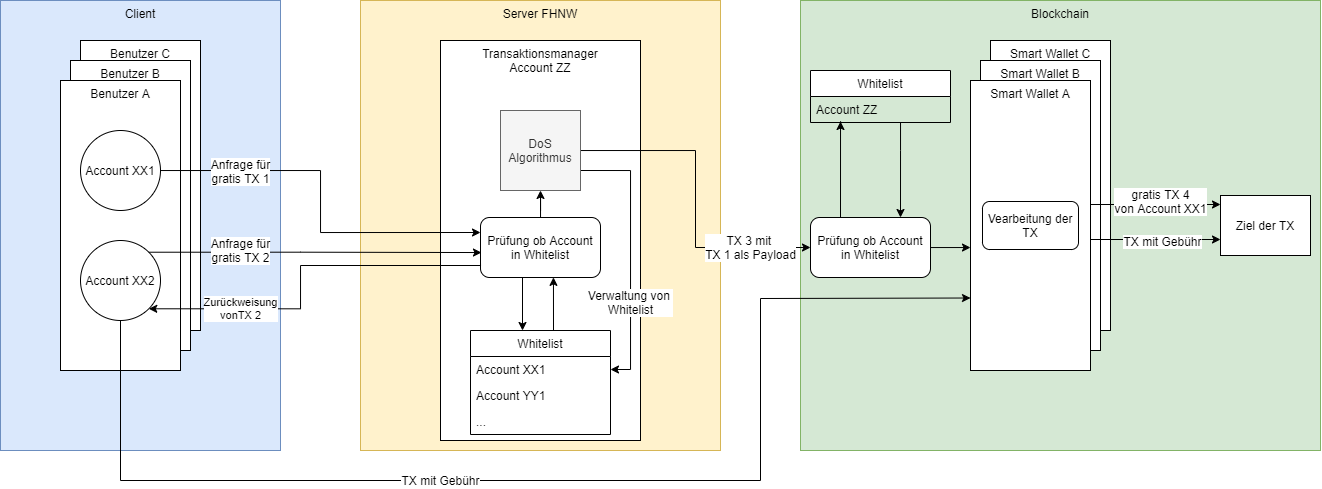
Above: Report/images/solution3_v2.png in Geryones/BlockChain_TransactionManager (draw.io), before the change. Source tidied: cells renumbered, new cells last; positions are measured from the earlier drawing's top-left corner, leaving out a move shared by most shapes. Source of this version:
```xml
<mxGraphModel>
  <root>
    <mxCell id="0" />
    <mxCell id="1" parent="0" />
    <mxCell id="2" value="Server FHNW" style="rounded=0;whiteSpace=wrap;html=1;fillColor=#fff2cc;strokeColor=#d6b656;verticalAlign=top;align=center;" parent="1" vertex="1">
      <mxGeometry x="360" width="360" height="450" as="geometry" />
    </mxCell>
    <mxCell id="3" value="Client" style="rounded=0;whiteSpace=wrap;html=1;verticalAlign=top;fillColor=#dae8fc;strokeColor=#6c8ebf;" parent="1" vertex="1">
      <mxGeometry width="280" height="450" as="geometry" />
    </mxCell>
    <mxCell id="4" value="Benutzer C" style="rounded=0;whiteSpace=wrap;html=1;verticalAlign=top;" parent="1" vertex="1">
      <mxGeometry x="80" y="40" width="120" height="290" as="geometry" />
    </mxCell>
    <mxCell id="5" value="Blockchain" style="rounded=0;whiteSpace=wrap;html=1;fillColor=#d5e8d4;strokeColor=#82b366;verticalAlign=top;" parent="1" vertex="1">
      <mxGeometry x="800" width="520" height="450" as="geometry" />
    </mxCell>
    <mxCell id="6" value="Benutzer B" style="rounded=0;whiteSpace=wrap;html=1;verticalAlign=top;" parent="1" vertex="1">
      <mxGeometry x="70" y="60" width="120" height="290" as="geometry" />
    </mxCell>
    <mxCell id="7" value="Benutzer A" style="rounded=0;whiteSpace=wrap;html=1;verticalAlign=top;" parent="1" vertex="1">
      <mxGeometry x="60" y="80" width="120" height="290" as="geometry" />
    </mxCell>
    <mxCell id="8" value="Account XX1" style="ellipse;whiteSpace=wrap;html=1;" parent="1" vertex="1">
      <mxGeometry x="80" y="130" width="80" height="80" as="geometry" />
    </mxCell>
    <mxCell id="9" value="Account XX2" style="ellipse;whiteSpace=wrap;html=1;" parent="1" vertex="1">
      <mxGeometry x="80" y="240" width="80" height="80" as="geometry" />
    </mxCell>
    <mxCell id="10" value="Ziel der TX" style="rounded=0;whiteSpace=wrap;html=1;" parent="1" vertex="1">
      <mxGeometry x="1220" y="195" width="90" height="60" as="geometry" />
    </mxCell>
    <mxCell id="11" value="Transaktionsmanager&lt;br&gt;Account ZZ" style="rounded=0;whiteSpace=wrap;html=1;align=center;verticalAlign=top;labelPosition=center;verticalLabelPosition=middle;" parent="1" vertex="1">
      <mxGeometry x="440" y="40" width="200" height="400" as="geometry" />
    </mxCell>
    <mxCell id="12" style="edgeStyle=orthogonalEdgeStyle;rounded=0;jettySize=auto;html=1;entryX=1;entryY=0.5;entryDx=0;entryDy=0;exitX=1;exitY=0.75;exitDx=0;exitDy=0;" parent="1" edge="1" source="16" target="27">
      <mxGeometry relative="1" as="geometry" />
    </mxCell>
    <mxCell id="13" value="Verwaltung von&amp;nbsp;&lt;br&gt;Whitelist" style="text;html=1;align=center;verticalAlign=middle;labelBackgroundColor=#ffffff;" parent="12" vertex="1">
      <mxGeometry x="0.35" relative="1" as="geometry" />
    </mxCell>
    <mxCell id="14" style="edgeStyle=orthogonalEdgeStyle;rounded=0;jettySize=auto;html=1;entryX=0;entryY=0.5;entryDx=0;entryDy=0;" parent="1" edge="1" source="16" target="42">
      <mxGeometry relative="1" as="geometry" />
    </mxCell>
    <mxCell id="15" value="TX 3 mit&amp;nbsp;&lt;br&gt;TX 1 als Payload" style="text;html=1;align=center;verticalAlign=middle;labelBackgroundColor=#ffffff;" parent="14" vertex="1">
      <mxGeometry x="-0.48" relative="1" as="geometry">
        <mxPoint x="85.2" y="97" as="offset" />
      </mxGeometry>
    </mxCell>
    <mxCell id="16" value="DoS&lt;br&gt;Algorithmus" style="whiteSpace=wrap;html=1;fillColor=#f5f5f5;strokeColor=#666666;fontColor=#333333;" parent="1" vertex="1">
      <mxGeometry x="500" y="110" width="80" height="80" as="geometry" />
    </mxCell>
    <mxCell id="17" style="edgeStyle=orthogonalEdgeStyle;rounded=0;jettySize=auto;html=1;entryX=0.75;entryY=0;entryDx=0;entryDy=0;" parent="1" edge="1" source="18" target="42">
      <mxGeometry relative="1" as="geometry">
        <Array as="points">
          <mxPoint x="900" y="150" />
          <mxPoint x="900" y="150" />
        </Array>
      </mxGeometry>
    </mxCell>
    <mxCell id="18" value="Whitelist" style="swimlane;fontStyle=0;horizontal=1;startSize=26;" parent="1" vertex="1">
      <mxGeometry x="810" y="70" width="140" height="52" as="geometry" />
    </mxCell>
    <mxCell id="19" value="Account ZZ" style="text;align=left;verticalAlign=top;spacingLeft=4;spacingRight=4;overflow=hidden;" parent="18" vertex="1">
      <mxGeometry y="26" width="140" height="26" as="geometry" />
    </mxCell>
    <mxCell id="20" value="Smart Wallet C" style="rounded=0;whiteSpace=wrap;html=1;verticalAlign=top;" parent="1" vertex="1">
      <mxGeometry x="990" y="40" width="120" height="290" as="geometry" />
    </mxCell>
    <mxCell id="21" value="Smart Wallet B" style="rounded=0;whiteSpace=wrap;html=1;verticalAlign=top;" parent="1" vertex="1">
      <mxGeometry x="980" y="60" width="120" height="290" as="geometry" />
    </mxCell>
    <mxCell id="22" style="edgeStyle=orthogonalEdgeStyle;rounded=0;orthogonalLoop=1;jettySize=auto;html=1;" parent="1" edge="1">
      <mxGeometry relative="1" as="geometry">
        <mxPoint x="1090" y="204" as="sourcePoint" />
        <mxPoint x="1220" y="204" as="targetPoint" />
      </mxGeometry>
    </mxCell>
    <mxCell id="23" value="gratis TX 4&lt;br&gt;von Account XX1" style="text;html=1;align=center;verticalAlign=middle;labelBackgroundColor=#ffffff;" parent="22" vertex="1">
      <mxGeometry x="-0.2" y="-4" relative="1" as="geometry">
        <mxPoint x="18.3" y="-7" as="offset" />
      </mxGeometry>
    </mxCell>
    <mxCell id="24" value="Smart Wallet A" style="rounded=0;whiteSpace=wrap;html=1;verticalAlign=top;" parent="1" vertex="1">
      <mxGeometry x="970" y="80" width="120" height="290" as="geometry" />
    </mxCell>
    <mxCell id="25" style="edgeStyle=orthogonalEdgeStyle;rounded=0;jettySize=auto;html=1;entryX=0.608;entryY=0.998;entryDx=0;entryDy=0;entryPerimeter=0;" parent="1" edge="1" target="34">
      <mxGeometry relative="1" as="geometry">
        <mxPoint x="553" y="330" as="sourcePoint" />
      </mxGeometry>
    </mxCell>
    <mxCell id="26" value="Whitelist" style="swimlane;fontStyle=0;horizontal=1;startSize=26;" parent="1" vertex="1">
      <mxGeometry x="470" y="330" width="140" height="104" as="geometry" />
    </mxCell>
    <mxCell id="27" value="Account XX1" style="text;align=left;verticalAlign=top;spacingLeft=4;spacingRight=4;overflow=hidden;points=[[0,0.5],[1,0.5]];portConstraint=eastwest;" parent="26" vertex="1">
      <mxGeometry y="26" width="140" height="26" as="geometry" />
    </mxCell>
    <mxCell id="28" value="Account YY1" style="text;align=left;verticalAlign=top;spacingLeft=4;spacingRight=4;overflow=hidden;" parent="26" vertex="1">
      <mxGeometry y="52" width="140" height="26" as="geometry" />
    </mxCell>
    <mxCell id="29" value="..." style="text;strokeColor=none;fillColor=none;align=left;verticalAlign=top;spacingLeft=4;spacingRight=4;overflow=hidden;" parent="26" vertex="1">
      <mxGeometry y="78" width="140" height="26" as="geometry" />
    </mxCell>
    <mxCell id="30" style="endArrow=classic;html=1;exitX=0.5;exitY=1;exitDx=0;exitDy=0;entryX=0;entryY=0.75;entryDx=0;entryDy=0;rounded=0;" parent="1" edge="1" source="9" target="24">
      <mxGeometry relative="1" as="geometry">
        <Array as="points">
          <mxPoint x="120" y="480" />
          <mxPoint x="760" y="480" />
          <mxPoint x="760" y="298" />
        </Array>
      </mxGeometry>
    </mxCell>
    <mxCell id="31" value="TX mit Gebühr" style="text;html=1;align=center;verticalAlign=middle;labelBackgroundColor=#ffffff;" parent="30" vertex="1">
      <mxGeometry x="-0.19" y="6" relative="1" as="geometry">
        <mxPoint y="6" as="offset" />
      </mxGeometry>
    </mxCell>
    <mxCell id="32" style="edgeStyle=orthogonalEdgeStyle;rounded=0;orthogonalLoop=1;jettySize=auto;html=1;entryX=0.5;entryY=0;entryDx=0;entryDy=0;" parent="1" edge="1">
      <mxGeometry relative="1" as="geometry">
        <mxPoint x="522" y="277" as="sourcePoint" />
        <mxPoint x="522" y="330" as="targetPoint" />
      </mxGeometry>
    </mxCell>
    <mxCell id="33" style="edgeStyle=orthogonalEdgeStyle;rounded=0;jettySize=auto;html=1;entryX=0.5;entryY=1;entryDx=0;entryDy=0;" parent="1" edge="1" source="34" target="16">
      <mxGeometry relative="1" as="geometry" />
    </mxCell>
    <mxCell id="34" value="Prüfung ob Account in Whitelist" style="rounded=1;whiteSpace=wrap;html=1;align=center;" parent="1" vertex="1">
      <mxGeometry x="480" y="217" width="120" height="60" as="geometry" />
    </mxCell>
    <mxCell id="35" style="edgeStyle=orthogonalEdgeStyle;rounded=0;jettySize=auto;html=1;entryX=0.008;entryY=0.584;entryDx=0;entryDy=0;entryPerimeter=0;exitX=1;exitY=0;exitDx=0;exitDy=0;" parent="1" edge="1" source="9" target="34">
      <mxGeometry relative="1" as="geometry">
        <Array as="points">
          <mxPoint x="300" y="252" />
          <mxPoint x="481" y="252" />
        </Array>
      </mxGeometry>
    </mxCell>
    <mxCell id="36" value="Anfrage für&lt;br&gt;gratis TX 2" style="text;html=1;align=center;verticalAlign=middle;labelBackgroundColor=#ffffff;" parent="35" vertex="1">
      <mxGeometry x="-0.45" y="2" relative="1" as="geometry">
        <mxPoint x="-0.7" as="offset" />
      </mxGeometry>
    </mxCell>
    <mxCell id="37" value="Zurückweisung&lt;br&gt;vonTX 2" style="edgeStyle=orthogonalEdgeStyle;rounded=0;jettySize=auto;html=1;entryX=1;entryY=1;entryDx=0;entryDy=0;exitX=0;exitY=0.75;exitDx=0;exitDy=0;" parent="1" edge="1" source="34" target="9">
      <mxGeometry x="0.51" relative="1" as="geometry">
        <Array as="points">
          <mxPoint x="300" y="265" />
          <mxPoint x="300" y="308" />
        </Array>
      </mxGeometry>
    </mxCell>
    <mxCell id="38" style="edgeStyle=orthogonalEdgeStyle;rounded=0;jettySize=auto;html=1;entryX=0;entryY=0.25;entryDx=0;entryDy=0;" parent="1" edge="1" source="8" target="34">
      <mxGeometry relative="1" as="geometry" />
    </mxCell>
    <mxCell id="39" value="Anfrage für&lt;br&gt;gratis TX 1" style="text;html=1;align=center;verticalAlign=middle;labelBackgroundColor=#ffffff;" parent="38" vertex="1">
      <mxGeometry x="0.15" y="1" relative="1" as="geometry">
        <mxPoint x="-81" y="-59.5" as="offset" />
      </mxGeometry>
    </mxCell>
    <mxCell id="40" style="edgeStyle=orthogonalEdgeStyle;rounded=0;jettySize=auto;html=1;entryX=0;entryY=0.576;entryDx=0;entryDy=0;entryPerimeter=0;" parent="1" edge="1" source="42" target="24">
      <mxGeometry relative="1" as="geometry" />
    </mxCell>
    <mxCell id="41" style="edgeStyle=orthogonalEdgeStyle;rounded=0;jettySize=auto;html=1;exitX=0.25;exitY=0;exitDx=0;exitDy=0;" parent="1" edge="1" source="42">
      <mxGeometry relative="1" as="geometry">
        <mxPoint x="840" y="121" as="targetPoint" />
        <Array as="points">
          <mxPoint x="840" y="121" />
        </Array>
      </mxGeometry>
    </mxCell>
    <mxCell id="42" value="Prüfung ob Account in Whitelist" style="rounded=1;whiteSpace=wrap;html=1;align=center;" parent="1" vertex="1">
      <mxGeometry x="810" y="217" width="120" height="60" as="geometry" />
    </mxCell>
    <mxCell id="43" value="Vearbeitung der TX" style="rounded=1;whiteSpace=wrap;html=1;align=center;" parent="1" vertex="1">
      <mxGeometry x="982" y="201" width="96" height="48" as="geometry" />
    </mxCell>
    <mxCell id="44" style="edgeStyle=orthogonalEdgeStyle;rounded=0;orthogonalLoop=1;jettySize=auto;html=1;" parent="1" edge="1">
      <mxGeometry relative="1" as="geometry">
        <mxPoint x="1090" y="239" as="sourcePoint" />
        <mxPoint x="1220" y="239" as="targetPoint" />
      </mxGeometry>
    </mxCell>
    <mxCell id="45" value="TX mit Gebühr" style="text;html=1;align=center;verticalAlign=middle;labelBackgroundColor=#ffffff;" parent="44" vertex="1">
      <mxGeometry x="0.1" y="-2" relative="1" as="geometry" />
    </mxCell>
  </root>
</mxGraphModel>
```
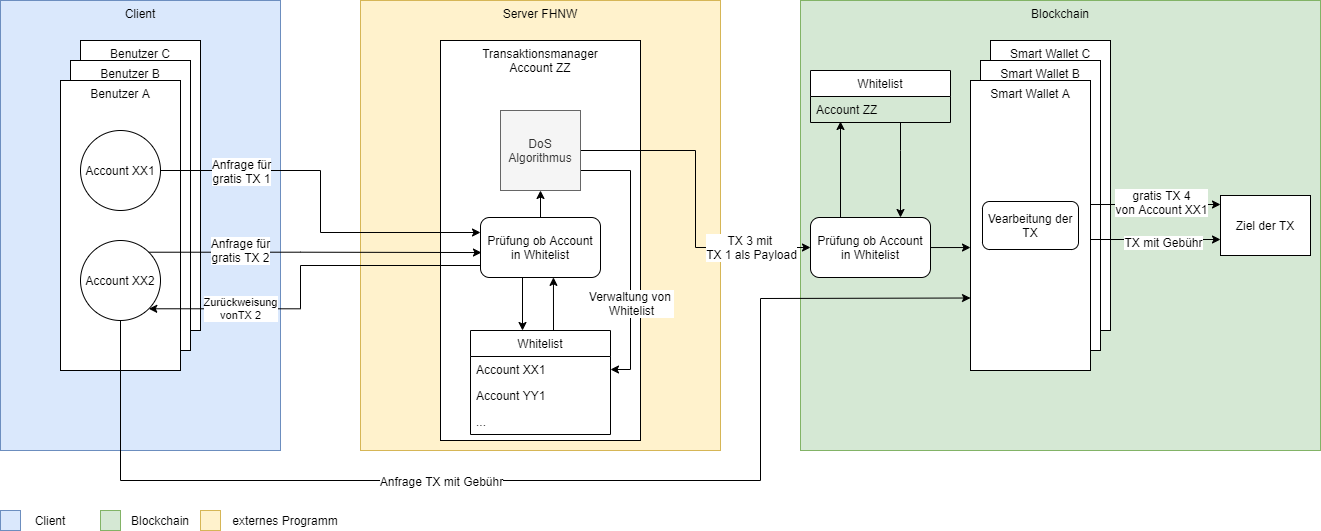
Above is the later version.

Change to the diagram source:
```diff
@@ -109,7 +109,7 @@
         </Array>
       </mxGeometry>
     </mxCell>
-    <mxCell id="31" value="TX mit Gebühr" style="text;html=1;align=center;verticalAlign=middle;labelBackgroundColor=#ffffff;" parent="30" vertex="1">
+    <mxCell id="31" value="Anfrage TX mit Gebühr" style="text;html=1;align=center;verticalAlign=middle;labelBackgroundColor=#ffffff;" parent="30" vertex="1">
       <mxGeometry x="-0.19" y="6" relative="1" as="geometry">
         <mxPoint y="6" as="offset" />
       </mxGeometry>
@@ -181,5 +181,23 @@
     <mxCell id="45" value="TX mit Gebühr" style="text;html=1;align=center;verticalAlign=middle;labelBackgroundColor=#ffffff;" parent="44" vertex="1">
       <mxGeometry x="0.1" y="-2" relative="1" as="geometry" />
     </mxCell>
+    <mxCell id="46" style="rounded=0;whiteSpace=wrap;html=1;fillColor=#dae8fc;strokeColor=#6c8ebf;" parent="1" vertex="1">
+      <mxGeometry y="510" width="20" height="20" as="geometry" />
+    </mxCell>
+    <mxCell id="47" value="Client" style="text;html=1;strokeColor=none;fillColor=none;align=center;verticalAlign=middle;whiteSpace=wrap;rounded=0;" parent="1" vertex="1">
+      <mxGeometry x="30" y="510" width="40" height="20" as="geometry" />
+    </mxCell>
+    <mxCell id="48" style="rounded=0;whiteSpace=wrap;html=1;fillColor=#d5e8d4;strokeColor=#82b366;" parent="1" vertex="1">
+      <mxGeometry x="100" y="510" width="20" height="20" as="geometry" />
+    </mxCell>
+    <mxCell id="49" value="Blockchain" style="text;html=1;align=center;verticalAlign=middle;whiteSpace=wrap;rounded=0;" parent="1" vertex="1">
+      <mxGeometry x="140" y="510" width="40" height="20" as="geometry" />
+    </mxCell>
+    <mxCell id="50" value="externes Programm" style="text;html=1;strokeColor=none;fillColor=none;align=center;verticalAlign=middle;whiteSpace=wrap;rounded=0;" parent="1" vertex="1">
+      <mxGeometry x="230" y="510" width="110" height="20" as="geometry" />
+    </mxCell>
+    <mxCell id="51" style="rounded=0;whiteSpace=wrap;html=1;fillColor=#fff2cc;strokeColor=#d6b656;" parent="1" vertex="1">
+      <mxGeometry x="200" y="510" width="20" height="20" as="geometry" />
+    </mxCell>
   </root>
 </mxGraphModel>
```
